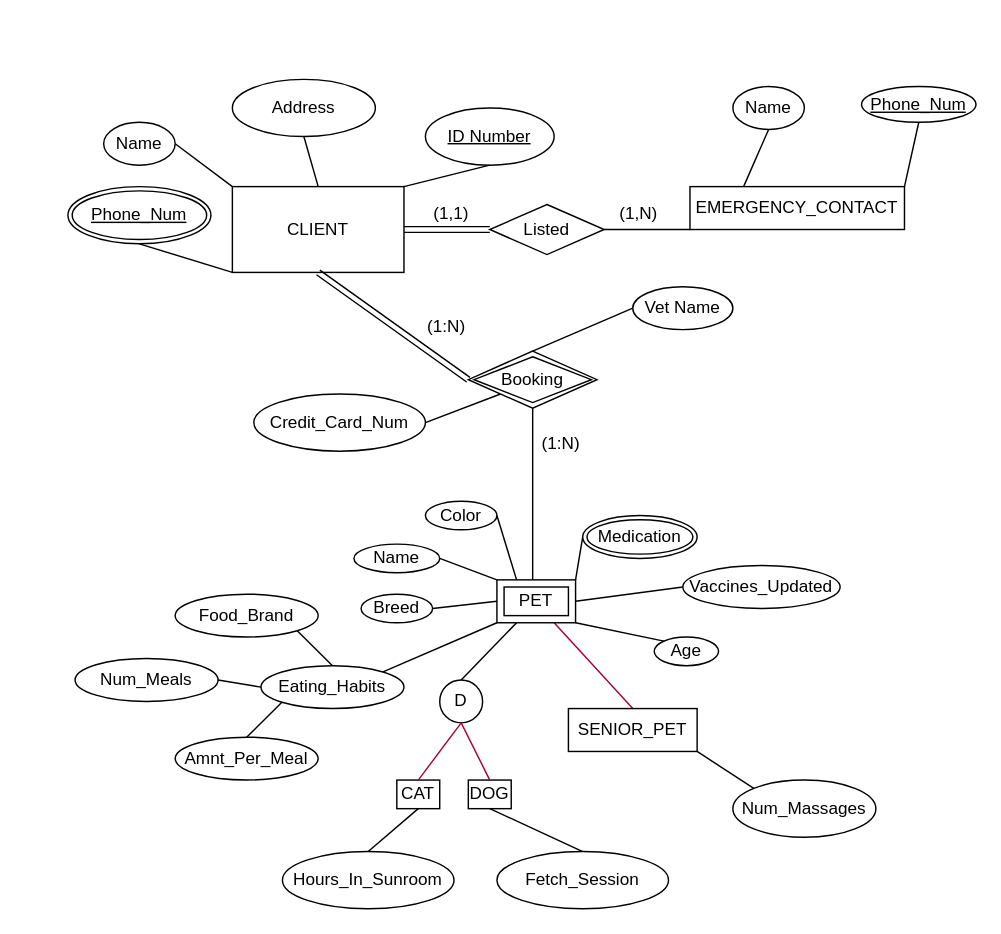
Earlier version of the draw.io diagram prompt1.drawio (NoahVickerson/ENSF300-Project2). Source tidied: cells renumbered, new cells numbered last; positions are measured from the earlier drawing's top-left corner, leaving out a move shared by most shapes. Both pictures are drawn from the tidied source at 143%, with x=0, y=0 at pixel (67, 79).
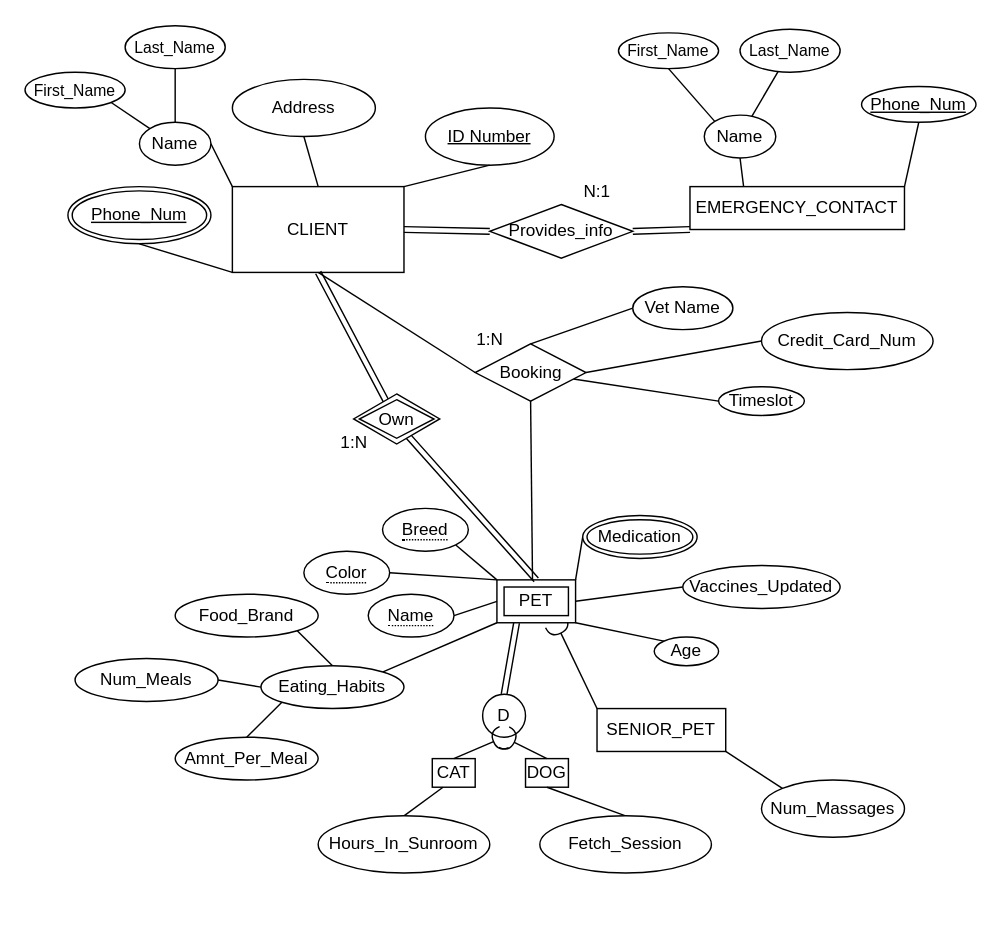
The same diagram, later.

Commit message (it also covers changes not shown here):
changes to subclass display

The change refers to these unchanged cells:
```xml
<mxCell id="2" value="CLIENT" style="rounded=0;whiteSpace=wrap;html=1;" parent="1" vertex="1">
  <mxGeometry x="115" y="75" width="120" height="60" as="geometry" />
</mxCell>
<mxCell id="17" value="EMERGENCY_CONTACT" style="rounded=0;whiteSpace=wrap;html=1;" parent="1" vertex="1">
  <mxGeometry x="435" y="75" width="150" height="30" as="geometry" />
</mxCell>
<mxCell id="42" value="PET" style="shape=ext;margin=3;double=1;whiteSpace=wrap;html=1;align=center;" parent="1" vertex="1">
  <mxGeometry x="300" y="350" width="55" height="30" as="geometry" />
</mxCell>
```

What changed in the source:
```diff
@@
+    <mxCell id="8" style="edgeStyle=none;shape=link;rounded=1;html=1;exitX=0.5;exitY=0;exitDx=0;exitDy=0;entryX=0.25;entryY=1;entryDx=0;entryDy=0;labelBackgroundColor=default;strokeColor=default;fontFamily=Helvetica;fontSize=11;fontColor=default;endArrow=none;endFill=0;" parent="1" edge="1" source="5" target="42">
+      <mxGeometry relative="1" as="geometry" />
+    </mxCell>
     <mxCell id="5" value="D" style="ellipse;whiteSpace=wrap;html=1;" parent="1" vertex="1">
-      <mxGeometry x="260" y="420" width="30" height="30" as="geometry" />
+      <mxGeometry x="290" y="430" width="30" height="30" as="geometry" />
     </mxCell>
     <mxCell id="6" value="CAT" style="rounded=0;whiteSpace=wrap;html=1;" parent="1" vertex="1">
-      <mxGeometry x="230" y="490" width="30" height="20" as="geometry" />
+      <mxGeometry x="254.8" y="475" width="30" height="20" as="geometry" />
     </mxCell>
     <mxCell id="7" value="DOG" style="rounded=0;whiteSpace=wrap;html=1;" parent="1" vertex="1">
-      <mxGeometry x="280" y="490" width="30" height="20" as="geometry" />
+      <mxGeometry x="320" y="475" width="30" height="20" as="geometry" />
     </mxCell>
-    <mxCell id="8" style="endArrow=none;html=1;strokeColor=default;exitX=0.5;exitY=0;exitDx=0;exitDy=0;entryX=0.25;entryY=1;entryDx=0;entryDy=0;" parent="1" edge="1" source="5" target="42">
-      <mxGeometry relative="1" as="geometry" />
-    </mxCell>
-    <mxCell id="9" style="endArrow=none;html=1;strokeColor=#A50040;exitX=0.5;exitY=0;exitDx=0;exitDy=0;entryX=0.5;entryY=1;entryDx=0;entryDy=0;fillColor=#d80073;" parent="1" edge="1" source="7" target="5">
+    <mxCell id="9" style="endArrow=halfCircle;html=1;exitX=0.5;exitY=0;exitDx=0;exitDy=0;entryX=0.5;entryY=1;entryDx=0;entryDy=0;endFill=0;" parent="1" edge="1" source="7" target="5">
       <mxGeometry relative="1" as="geometry" />
     </mxCell>
-    <mxCell id="10" style="endArrow=none;html=1;strokeColor=#A50040;exitX=0.5;exitY=0;exitDx=0;exitDy=0;entryX=0.5;entryY=1;entryDx=0;entryDy=0;fillColor=#d80073;" parent="1" edge="1" source="6" target="5">
+    <mxCell id="10" style="endArrow=halfCircle;html=1;exitX=0.5;exitY=0;exitDx=0;exitDy=0;entryX=0.5;entryY=1;entryDx=0;entryDy=0;endFill=0;" parent="1" edge="1" source="6" target="5">
       <mxGeometry relative="1" as="geometry" />
     </mxCell>
@@
-    <mxCell id="12" style="endArrow=none;html=1;strokeColor=#A50040;exitX=0.5;exitY=0;exitDx=0;exitDy=0;fillColor=#d80073;" parent="1" edge="1" source="13">
-      <mxGeometry relative="1" as="geometry">
-        <mxPoint x="340" y="380" as="targetPoint" />
-      </mxGeometry>
-    </mxCell>
+    <mxCell id="65" style="edgeStyle=none;html=1;exitX=0;exitY=0;exitDx=0;exitDy=0;endArrow=halfCircle;endFill=0;entryX=0.75;entryY=1;entryDx=0;entryDy=0;" parent="1" edge="1" source="13" target="42">
+      <mxGeometry relative="1" as="geometry" />
+    </mxCell>
     <mxCell id="13" value="SENIOR_PET" style="rounded=0;whiteSpace=wrap;html=1;" parent="1" vertex="1">
-      <mxGeometry x="350" y="440" width="90" height="30" as="geometry" />
+      <mxGeometry x="370" y="440" width="90" height="30" as="geometry" />
     </mxCell>
     <mxCell id="14" value="Fetch_Session" style="ellipse;whiteSpace=wrap;html=1;" parent="1" vertex="1">
-      <mxGeometry x="300" y="540" width="120" height="40" as="geometry" />
+      <mxGeometry x="330" y="515" width="120" height="40" as="geometry" />
     </mxCell>
+    <mxCell id="66" style="edgeStyle=none;shape=connector;rounded=1;html=1;exitX=0.5;exitY=0;exitDx=0;exitDy=0;entryX=0.25;entryY=1;entryDx=0;entryDy=0;labelBackgroundColor=default;strokeColor=default;fontFamily=Helvetica;fontSize=11;fontColor=default;endArrow=none;endFill=0;" parent="1" edge="1" source="15" target="6">
+      <mxGeometry relative="1" as="geometry" />
+    </mxCell>
     <mxCell id="15" value="Hours_In_Sunroom" style="ellipse;whiteSpace=wrap;html=1;" parent="1" vertex="1">
-      <mxGeometry x="150" y="540" width="120" height="40" as="geometry" />
+      <mxGeometry x="175" y="515" width="120" height="40" as="geometry" />
     </mxCell>
-    <mxCell id="16" style="endArrow=none;html=1;strokeColor=default;exitX=0.5;exitY=1;exitDx=0;exitDy=0;entryX=0.5;entryY=0;entryDx=0;entryDy=0;" parent="1" edge="1" source="6" target="15">
-      <mxGeometry relative="1" as="geometry" />
-    </mxCell>
@@
     <mxCell id="18" value="Name" style="ellipse;whiteSpace=wrap;html=1;" parent="1" vertex="1">
-      <mxGeometry x="465" y="5" width="50" height="30" as="geometry" />
+      <mxGeometry x="445" y="25" width="50" height="30" as="geometry" />
     </mxCell>
@@
     <mxCell id="22" value="Name" style="ellipse;whiteSpace=wrap;html=1;" parent="1" vertex="1">
-      <mxGeometry x="25" y="30" width="50" height="30" as="geometry" />
+      <mxGeometry x="50" y="30" width="50" height="30" as="geometry" />
     </mxCell>
@@
-    <mxCell id="25" style="endArrow=none;html=1;strokeColor=default;exitX=0.5;exitY=0;exitDx=0;exitDy=0;" parent="1" edge="1">
+    <mxCell id="25" style="endArrow=none;html=1;strokeColor=default;exitX=0.5;exitY=0;exitDx=0;exitDy=0;entryX=0.5;entryY=1;entryDx=0;entryDy=0;" parent="1" edge="1" target="62">
       <mxGeometry relative="1" as="geometry">
         <mxPoint x="325" y="360" as="sourcePoint" />
-        <mxPoint x="325" y="225" as="targetPoint" />
       </mxGeometry>
     </mxCell>
-    <mxCell id="26" style="endArrow=none;html=1;strokeColor=default;exitX=0;exitY=0.5;exitDx=0;exitDy=0;entryX=0.5;entryY=1;entryDx=0;entryDy=0;shape=link;" parent="1" edge="1" source="62" target="2">
+    <mxCell id="26" style="endArrow=none;html=1;strokeColor=default;exitX=0;exitY=0.5;exitDx=0;exitDy=0;entryX=0.5;entryY=1;entryDx=0;entryDy=0;" parent="1" edge="1" source="62" target="2">
       <mxGeometry relative="1" as="geometry" />
     </mxCell>
-    <mxCell id="27" value="(1:N)" style="text;html=1;strokeColor=none;fillColor=none;align=center;verticalAlign=middle;whiteSpace=wrap;rounded=0;" parent="1" vertex="1">
-      <mxGeometry x="330" y="240" width="30" height="30" as="geometry" />
-    </mxCell>
-    <mxCell id="28" value="(1:N)" style="text;html=1;strokeColor=none;fillColor=none;align=center;verticalAlign=middle;whiteSpace=wrap;rounded=0;" parent="1" vertex="1">
-      <mxGeometry x="250" y="163" width="30" height="20" as="geometry" />
-    </mxCell>
-    <mxCell id="29" value="Listed" style="rhombus;whiteSpace=wrap;html=1;" parent="1" vertex="1">
-      <mxGeometry x="295" y="87.5" width="80" height="35" as="geometry" />
+    <mxCell id="29" value="Provides_info" style="rhombus;whiteSpace=wrap;html=1;" parent="1" vertex="1">
+      <mxGeometry x="295" y="87.5" width="100" height="37.5" as="geometry" />
     </mxCell>
-    <mxCell id="30" style="endArrow=none;html=1;strokeColor=default;exitX=1;exitY=0.5;exitDx=0;exitDy=0;entryX=0;entryY=1;entryDx=0;entryDy=0;" parent="1" edge="1" source="29" target="17">
+    <mxCell id="30" style="endArrow=none;html=1;strokeColor=default;exitX=1;exitY=0.5;exitDx=0;exitDy=0;entryX=0;entryY=1;entryDx=0;entryDy=0;shape=link;" parent="1" edge="1" source="29" target="17">
       <mxGeometry relative="1" as="geometry" />
     </mxCell>
@@
     <mxCell id="32" value="Credit_Card_Num" style="ellipse;whiteSpace=wrap;html=1;" parent="1" vertex="1">
-      <mxGeometry x="130" y="220" width="120" height="40" as="geometry" />
+      <mxGeometry x="485" y="163" width="120" height="40" as="geometry" />
     </mxCell>
-    <mxCell id="33" style="endArrow=none;html=1;strokeColor=default;entryX=1;entryY=0.5;entryDx=0;entryDy=0;exitX=0;exitY=1;exitDx=0;exitDy=0;" parent="1" edge="1" source="62" target="32">
+    <mxCell id="33" style="endArrow=none;html=1;strokeColor=default;entryX=0;entryY=0.5;entryDx=0;entryDy=0;exitX=1;exitY=0.5;exitDx=0;exitDy=0;" parent="1" edge="1" source="62" target="32">
       <mxGeometry relative="1" as="geometry" />
     </mxCell>
@@
-    <mxCell id="35" style="edgeStyle=none;html=1;exitX=1;exitY=0.5;exitDx=0;exitDy=0;entryX=0;entryY=0;entryDx=0;entryDy=0;strokeColor=default;endArrow=none;endFill=0;" parent="1" edge="1" source="36" target="42">
-      <mxGeometry relative="1" as="geometry" />
-    </mxCell>
-    <mxCell id="36" value="Name" style="ellipse;whiteSpace=wrap;html=1;align=center;" parent="1" vertex="1">
-      <mxGeometry x="200" y="325" width="60" height="20" as="geometry" />
-    </mxCell>
-    <mxCell id="37" style="edgeStyle=none;html=1;exitX=1;exitY=0.5;exitDx=0;exitDy=0;entryX=0.25;entryY=0;entryDx=0;entryDy=0;strokeColor=default;endArrow=none;endFill=0;" parent="1" edge="1" source="47" target="42">
-      <mxGeometry relative="1" as="geometry" />
-    </mxCell>
@@
-    <mxCell id="43" value="(1,N)" style="text;strokeColor=none;fillColor=none;spacingLeft=4;spacingRight=4;overflow=hidden;fontSize=12;" parent="1" vertex="1">
-      <mxGeometry x="380" y="80" width="40" height="30" as="geometry" />
-    </mxCell>
-    <mxCell id="44" value="(1,1)" style="text;strokeColor=none;fillColor=none;spacingLeft=4;spacingRight=4;overflow=hidden;fontSize=12;" parent="1" vertex="1">
-      <mxGeometry x="250" y="80" width="40" height="30" as="geometry" />
-    </mxCell>
@@
-    <mxCell id="47" value="Color" style="ellipse;whiteSpace=wrap;html=1;align=center;" parent="1" vertex="1">
-      <mxGeometry x="250" y="295" width="50" height="20" as="geometry" />
-    </mxCell>
-    <mxCell id="48" style="edgeStyle=none;html=1;exitX=1;exitY=0.5;exitDx=0;exitDy=0;entryX=0;entryY=0.5;entryDx=0;entryDy=0;strokeColor=default;endArrow=none;endFill=0;" parent="1" edge="1" source="49" target="42">
-      <mxGeometry relative="1" as="geometry" />
-    </mxCell>
-    <mxCell id="49" value="Breed" style="ellipse;whiteSpace=wrap;html=1;align=center;" parent="1" vertex="1">
-      <mxGeometry x="205" y="360" width="50" height="20" as="geometry" />
-    </mxCell>
@@
-    <mxCell id="62" value="Booking" style="shape=rhombus;double=1;perimeter=rhombusPerimeter;whiteSpace=wrap;html=1;align=center;" parent="1" vertex="1">
-      <mxGeometry x="280" y="190" width="90" height="40" as="geometry" />
-    </mxCell>
@@
     <mxCell id="64" value="Num_Massages" style="ellipse;whiteSpace=wrap;html=1;align=center;" parent="1" vertex="1">
-      <mxGeometry x="465" y="490" width="100" height="40" as="geometry" />
+      <mxGeometry x="485" y="490" width="100" height="40" as="geometry" />
     </mxCell>
+    <mxCell id="67" style="edgeStyle=none;html=1;exitX=1;exitY=1;exitDx=0;exitDy=0;entryX=0.5;entryY=0;entryDx=0;entryDy=0;strokeColor=default;endArrow=none;endFill=0;shape=link;" parent="1" edge="1" target="42">
+      <mxGeometry relative="1" as="geometry">
+        <mxPoint x="236.2" y="247.5" as="sourcePoint" />
+      </mxGeometry>
+    </mxCell>
+    <mxCell id="68" style="edgeStyle=none;html=1;exitX=0.5;exitY=0;exitDx=0;exitDy=0;entryX=0.5;entryY=1;entryDx=0;entryDy=0;strokeColor=default;endArrow=none;endFill=0;shape=link;" parent="1" edge="1" target="2">
+      <mxGeometry relative="1" as="geometry">
+        <mxPoint x="222.5" y="225" as="sourcePoint" />
+      </mxGeometry>
+    </mxCell>
+    <mxCell id="69" value="1:N" style="text;strokeColor=none;fillColor=none;spacingLeft=4;spacingRight=4;overflow=hidden;fontSize=12;" parent="1" vertex="1">
+      <mxGeometry x="185" y="240" width="40" height="30" as="geometry" />
+    </mxCell>
+    <mxCell id="70" style="edgeStyle=none;html=1;exitX=0;exitY=0.5;exitDx=0;exitDy=0;strokeColor=default;endArrow=none;endFill=0;" parent="1" edge="1" source="71" target="62">
+      <mxGeometry relative="1" as="geometry" />
+    </mxCell>
+    <mxCell id="71" value="Timeslot" style="ellipse;whiteSpace=wrap;html=1;align=center;" parent="1" vertex="1">
+      <mxGeometry x="455" y="215" width="60" height="20" as="geometry" />
+    </mxCell>
+    <mxCell id="37" style="edgeStyle=none;html=1;exitX=1;exitY=0.5;exitDx=0;exitDy=0;entryX=0;entryY=0;entryDx=0;entryDy=0;strokeColor=default;endArrow=none;endFill=0;" parent="1" edge="1" source="47" target="42">
+      <mxGeometry relative="1" as="geometry" />
+    </mxCell>
+    <mxCell id="47" value="&lt;span style=&quot;border-bottom: 1px dotted&quot;&gt;Color&lt;/span&gt;" style="ellipse;whiteSpace=wrap;html=1;align=center;" parent="1" vertex="1">
+      <mxGeometry x="165" y="330" width="60" height="30" as="geometry" />
+    </mxCell>
+    <mxCell id="35" style="edgeStyle=none;html=1;exitX=1;exitY=0.5;exitDx=0;exitDy=0;entryX=0;entryY=0.5;entryDx=0;entryDy=0;strokeColor=default;endArrow=none;endFill=0;" parent="1" edge="1" source="36" target="42">
+      <mxGeometry relative="1" as="geometry" />
+    </mxCell>
+    <mxCell id="36" value="&lt;span style=&quot;border-bottom: 1px dotted&quot;&gt;Name&lt;br&gt;&lt;/span&gt;" style="ellipse;whiteSpace=wrap;html=1;align=center;" parent="1" vertex="1">
+      <mxGeometry x="210" y="360" width="60" height="30" as="geometry" />
+    </mxCell>
+    <mxCell id="48" style="edgeStyle=none;html=1;exitX=1;exitY=1;exitDx=0;exitDy=0;entryX=0;entryY=0;entryDx=0;entryDy=0;strokeColor=default;endArrow=none;endFill=0;" parent="1" edge="1" source="49" target="42">
+      <mxGeometry relative="1" as="geometry" />
+    </mxCell>
+    <mxCell id="49" value="&lt;span style=&quot;border-bottom: 1px dotted&quot;&gt;Breed&lt;br&gt;&lt;/span&gt;" style="ellipse;whiteSpace=wrap;html=1;align=center;" parent="1" vertex="1">
+      <mxGeometry x="220" y="300" width="60" height="30" as="geometry" />
+    </mxCell>
+    <mxCell id="62" value="Booking" style="shape=rhombus;perimeter=rhombusPerimeter;whiteSpace=wrap;html=1;align=center;" parent="1" vertex="1">
+      <mxGeometry x="284.8" y="185" width="77.5" height="40" as="geometry" />
+    </mxCell>
+    <mxCell id="72" value="Own" style="shape=rhombus;double=1;perimeter=rhombusPerimeter;whiteSpace=wrap;html=1;align=center;" parent="1" vertex="1">
+      <mxGeometry x="199.8" y="220" width="60.2" height="35" as="geometry" />
+    </mxCell>
+    <mxCell id="73" value="1:N" style="text;strokeColor=none;fillColor=none;spacingLeft=4;spacingRight=4;overflow=hidden;fontSize=12;" parent="1" vertex="1">
+      <mxGeometry x="280" y="168" width="40" height="30" as="geometry" />
+    </mxCell>
+    <mxCell id="74" value="N:1" style="text;strokeColor=none;fillColor=none;spacingLeft=4;spacingRight=4;overflow=hidden;fontSize=12;" parent="1" vertex="1">
+      <mxGeometry x="355" y="65" width="40" height="30" as="geometry" />
+    </mxCell>
+    <mxCell id="75" style="edgeStyle=none;shape=connector;rounded=1;html=1;exitX=1;exitY=1;exitDx=0;exitDy=0;entryX=0;entryY=0;entryDx=0;entryDy=0;labelBackgroundColor=default;strokeColor=default;fontFamily=Helvetica;fontSize=11;fontColor=default;endArrow=none;endFill=0;" parent="1" edge="1" source="76" target="22">
+      <mxGeometry relative="1" as="geometry" />
+    </mxCell>
+    <mxCell id="76" value="First_Name" style="ellipse;whiteSpace=wrap;html=1;align=center;fontFamily=Helvetica;fontSize=11;fontColor=default;" parent="1" vertex="1">
+      <mxGeometry x="-30" y="-5" width="70" height="25" as="geometry" />
+    </mxCell>
+    <mxCell id="77" style="edgeStyle=none;shape=connector;rounded=1;html=1;exitX=0.5;exitY=1;exitDx=0;exitDy=0;entryX=0.5;entryY=0;entryDx=0;entryDy=0;labelBackgroundColor=default;strokeColor=default;fontFamily=Helvetica;fontSize=11;fontColor=default;endArrow=none;endFill=0;" parent="1" edge="1" source="78" target="22">
+      <mxGeometry relative="1" as="geometry" />
+    </mxCell>
+    <mxCell id="78" value="Last_Name" style="ellipse;whiteSpace=wrap;html=1;align=center;fontFamily=Helvetica;fontSize=11;fontColor=default;" parent="1" vertex="1">
+      <mxGeometry x="40" y="-37.5" width="70" height="30" as="geometry" />
+    </mxCell>
+    <mxCell id="79" style="edgeStyle=none;shape=connector;rounded=1;html=1;exitX=0.5;exitY=1;exitDx=0;exitDy=0;entryX=0;entryY=0;entryDx=0;entryDy=0;labelBackgroundColor=default;strokeColor=default;fontFamily=Helvetica;fontSize=11;fontColor=default;endArrow=none;endFill=0;" parent="1" edge="1" source="80" target="18">
+      <mxGeometry relative="1" as="geometry" />
+    </mxCell>
+    <mxCell id="80" value="First_Name" style="ellipse;whiteSpace=wrap;html=1;align=center;fontFamily=Helvetica;fontSize=11;fontColor=default;" parent="1" vertex="1">
+      <mxGeometry x="385" y="-32.5" width="70" height="25" as="geometry" />
+    </mxCell>
+    <mxCell id="81" style="edgeStyle=none;shape=connector;rounded=1;html=1;labelBackgroundColor=default;strokeColor=default;fontFamily=Helvetica;fontSize=11;fontColor=default;endArrow=none;endFill=0;" parent="1" edge="1" source="82" target="18">
+      <mxGeometry relative="1" as="geometry" />
+    </mxCell>
+    <mxCell id="82" value="Last_Name" style="ellipse;whiteSpace=wrap;html=1;align=center;fontFamily=Helvetica;fontSize=11;fontColor=default;" parent="1" vertex="1">
+      <mxGeometry x="470" y="-35" width="70" height="30" as="geometry" />
+    </mxCell>
```
